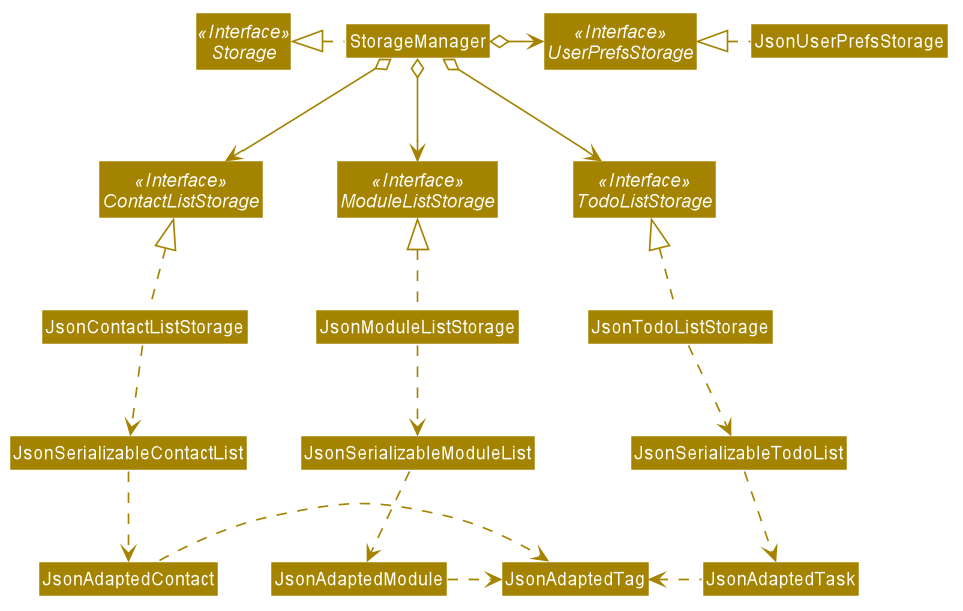
nus-cs2103-AY2021S1/tp keeps this PlantUML diagram as docs/images/StorageClassDiagram.png. Above is the earlier version.
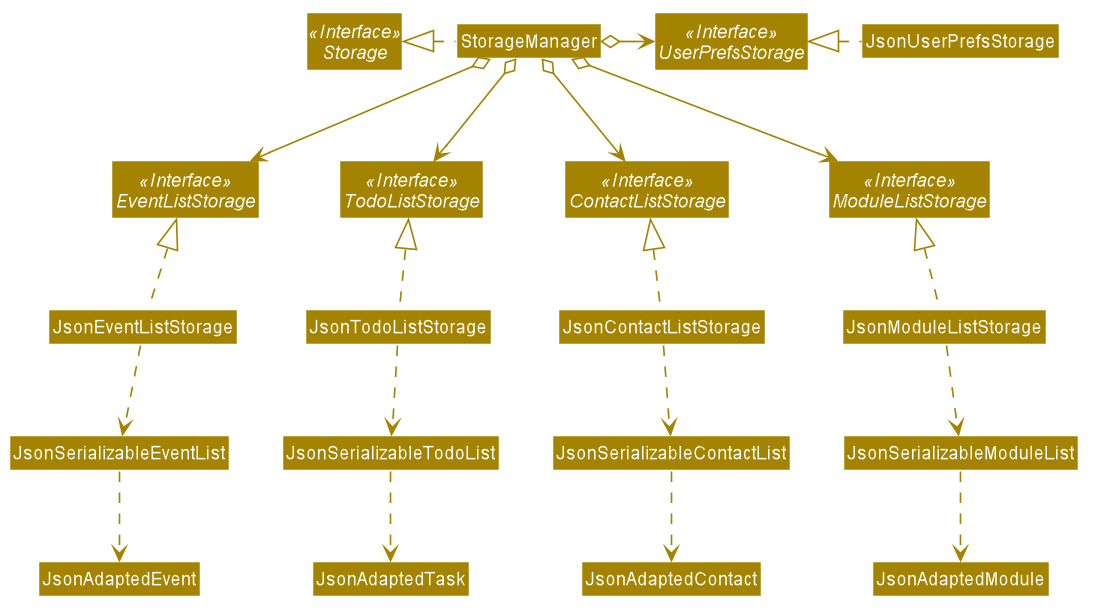
The same diagram one commit later.

Commit message:
Update module list section and storage component of DG

Diff of the diagram source:
```diff
@@ -56,30 +56,40 @@
 Interface ModuleListStorage <<Interface>>
 Interface ContactListStorage <<Interface>>
 Interface TodoListStorage <<Interface>>
+Interface EventListStorage <<Interface>>
 
 Class StorageManager
 Class JsonUserPrefsStorage
 Class JsonModuleListStorage
+Class JsonContactListStorage
+Class JsonTodoListStorage
+Class JsonEventListStorage
 
 StorageManager .left.|> Storage
 StorageManager o-right-> UserPrefsStorage
 StorageManager o--> ModuleListStorage
 StorageManager o--> ContactListStorage
 StorageManager o--> TodoListStorage
+StorageManager o--> EventListStorage
 
 JsonUserPrefsStorage .left.|> UserPrefsStorage
 JsonModuleListStorage .up.|> ModuleListStorage
 JsonModuleListStorage .down.> JsonSerializableModuleList
-JsonSerializableModuleList .right.> JsonAdaptedModule
-JsonAdaptedModule .right.> JsonAdaptedTag
+JsonSerializableModuleList .down.> JsonAdaptedModule
+
 
 JsonContactListStorage .up.|> ContactListStorage
 JsonContactListStorage .down.> JsonSerializableContactList
 JsonSerializableContactList .down.> JsonAdaptedContact
-JsonAdaptedContact.> JsonAdaptedTag
+
 
 JsonTodoListStorage .up.|> TodoListStorage
 JsonTodoListStorage .down.> JsonSerializableTodoList
 JsonSerializableTodoList .down.> JsonAdaptedTask
-JsonAdaptedTask .left.> JsonAdaptedTag
+
+
+JsonEventListStorage .up.|> EventListStorage
+JsonEventListStorage .down.> JsonSerializableEventList
+JsonSerializableEventList .down.> JsonAdaptedEvent
+
 @enduml
```
